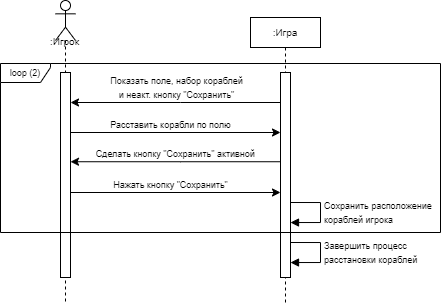
Earlier version of the draw.io export images/lab3_pr2.png (katefomkina/sea-battle). Source tidied: cells renumbered, new cells last; positions are measured from the earlier drawing's top-left corner, leaving out a move shared by most shapes.
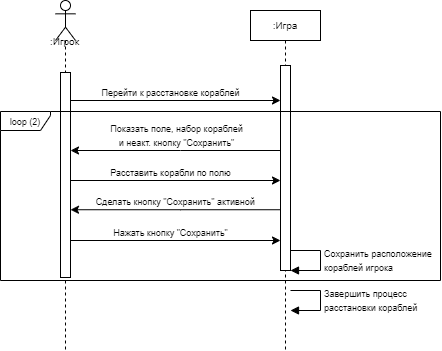
After the change.

Change to the diagram source:
```diff
@@ -3,19 +3,19 @@
     <mxCell id="0" />
     <mxCell id="1" parent="0" />
     <mxCell id="2" style="shape=umlLifeline;perimeter=lifelinePerimeter;whiteSpace=wrap;html=1;newEdgeStyle={&quot;curved&quot;:0,&quot;rounded&quot;:0};participant=umlActor;" parent="1" vertex="1">
-      <mxGeometry x="55" width="20" height="302" as="geometry" />
+      <mxGeometry x="55" y="-48" width="20" height="350" as="geometry" />
     </mxCell>
     <mxCell id="3" style="html=1;perimeter=orthogonalPerimeter;targetShapes=umlLifeline;newEdgeStyle={&quot;curved&quot;:0,&quot;rounded&quot;:0};" parent="2" vertex="1">
       <mxGeometry x="5" y="72" width="10" height="205" as="geometry" />
     </mxCell>
     <mxCell id="4" value="&lt;font style=&quot;font-size: 10px;&quot;&gt;:Игра&lt;/font&gt;" style="shape=umlLifeline;perimeter=lifelinePerimeter;whiteSpace=wrap;html=1;newEdgeStyle={&quot;curved&quot;:0,&quot;rounded&quot;:0};size=30;" parent="1" vertex="1">
-      <mxGeometry x="250" y="17" width="70" height="285" as="geometry" />
+      <mxGeometry x="250" y="-38" width="70" height="340" as="geometry" />
     </mxCell>
     <mxCell id="5" style="html=1;perimeter=orthogonalPerimeter;targetShapes=umlLifeline;newEdgeStyle={&quot;curved&quot;:0,&quot;rounded&quot;:0};" parent="4" vertex="1">
       <mxGeometry x="30" y="55" width="10" height="205" as="geometry" />
     </mxCell>
     <mxCell id="6" value="&lt;font style=&quot;font-size: 10px;&quot;&gt;:Игрок&lt;/font&gt;" style="text;html=1;align=center;verticalAlign=middle;strokeColor=none;fillColor=none;" parent="1" vertex="1">
-      <mxGeometry x="39" y="26" width="50" height="30" as="geometry" />
+      <mxGeometry x="39" y="-22" width="50" height="30" as="geometry" />
     </mxCell>
     <mxCell id="7" style="endArrow=classic;html=1;rounded=0;" parent="1" edge="1">
       <mxGeometry relative="1" as="geometry">
@@ -92,5 +92,16 @@
         </Array>
       </mxGeometry>
     </mxCell>
+    <mxCell id="18" style="endArrow=classic;html=1;rounded=0;" parent="1" edge="1">
+      <mxGeometry relative="1" as="geometry">
+        <mxPoint x="70" y="52" as="sourcePoint" />
+        <mxPoint x="280" y="52" as="targetPoint" />
+      </mxGeometry>
+    </mxCell>
+    <mxCell id="19" value="&lt;font style=&quot;font-size: 9px;&quot;&gt;Перейти к расстановке кораблей&lt;/font&gt;" style="edgeLabel;html=1;align=center;verticalAlign=middle;" parent="18" vertex="1">
+      <mxGeometry x="0.17" y="1" relative="1" as="geometry">
+        <mxPoint x="-23" y="-7" as="offset" />
+      </mxGeometry>
+    </mxCell>
   </root>
 </mxGraphModel>
```
